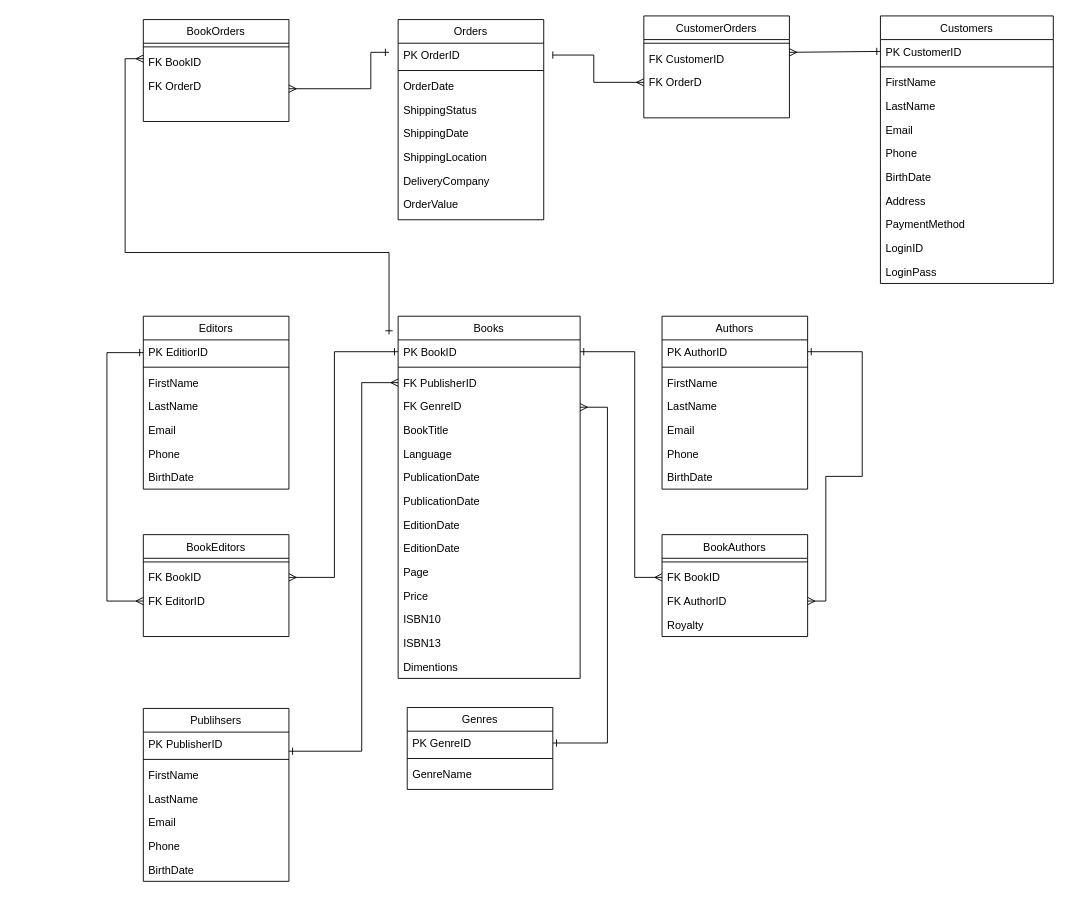
Above: book_business.drawio in kenta-nm/hw-db-book-biz (draw.io), before the change. Source tidied: cells renumbered, new cells numbered last; positions are measured from the earlier drawing's top-left corner, leaving out a move shared by most shapes. Both pictures are drawn from the tidied source at 91%, with x=0, y=0 at pixel (106, 15).
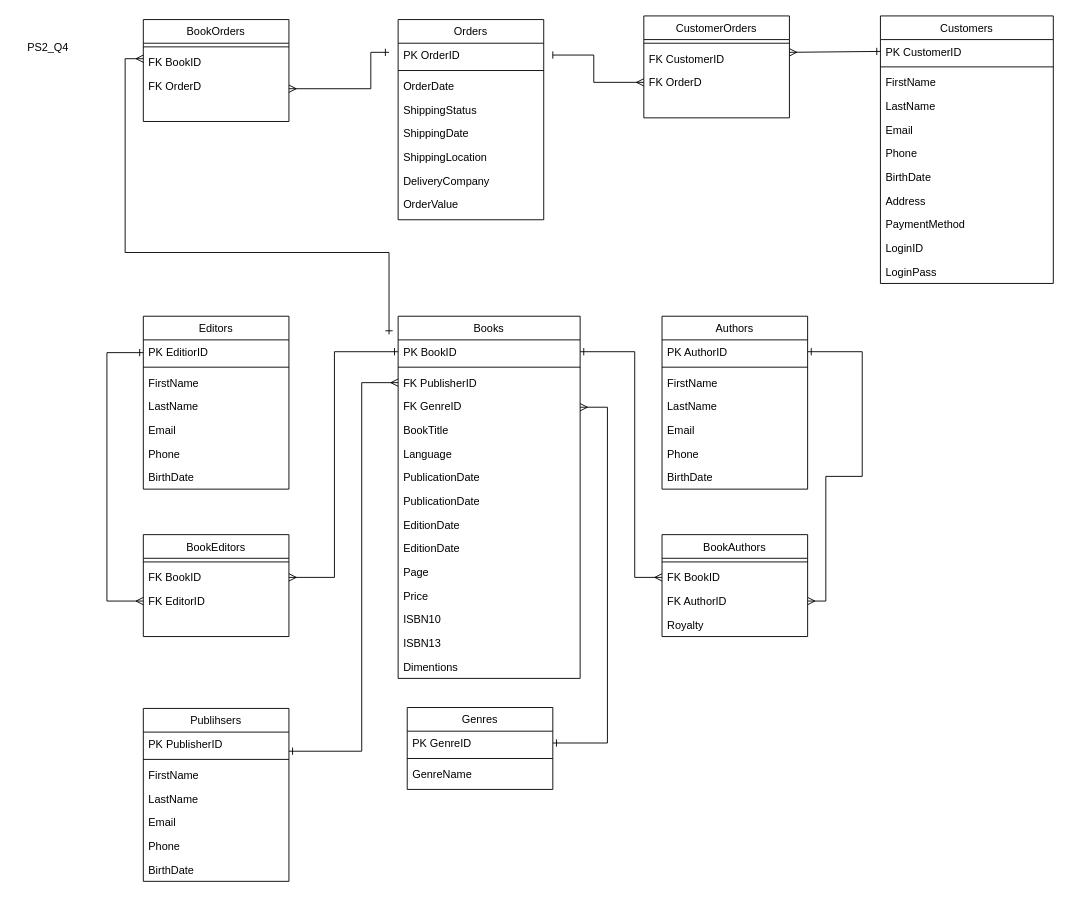
The same diagram, later.

Change to the diagram source:
```diff
@@
+    <mxCell id="94" value="PS2_Q4" style="text;html=1;align=center;verticalAlign=middle;strokeColor=none;fillColor=none;" parent="1" vertex="1">
+      <mxGeometry x="-100" y="20" width="70" height="30" as="geometry" />
+    </mxCell>
```
